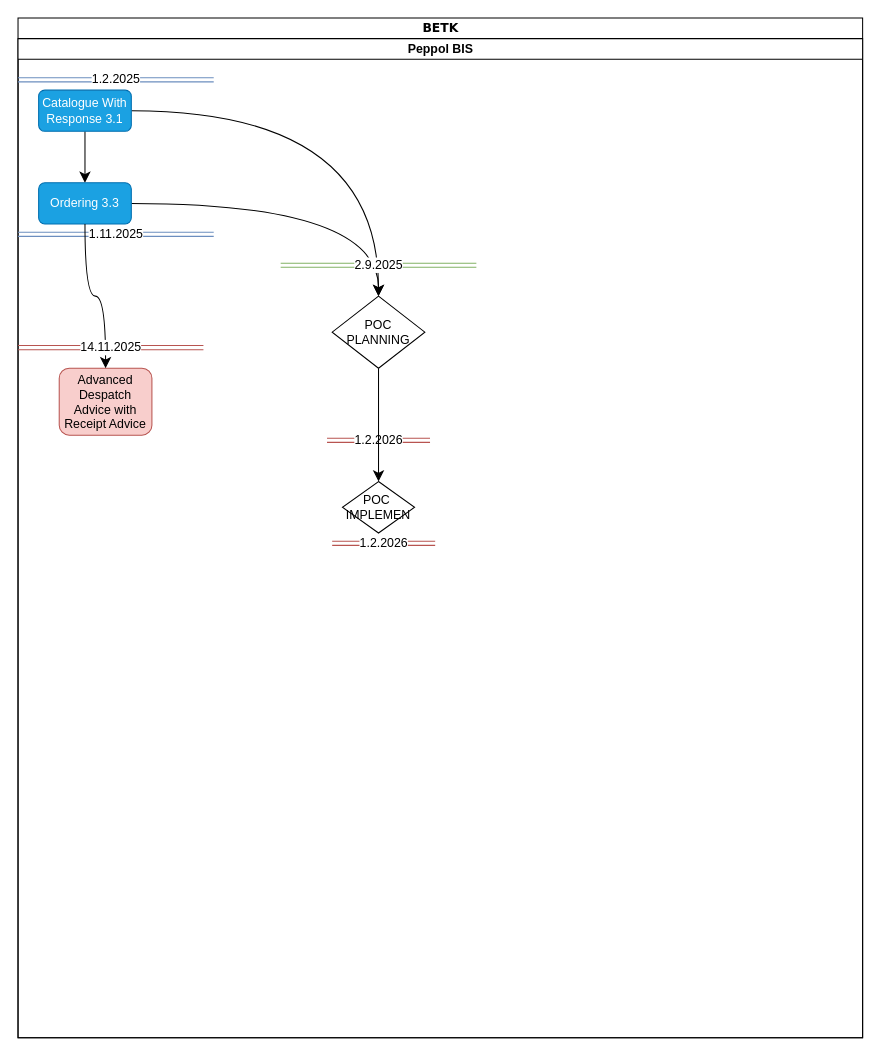
Before: roadmap_1.drawio in TeemuAlaluusua/PEPPOL-RoadMap, a draw.io diagram. Source tidied: cells renumbered, new cells numbered last; positions are measured from the earlier drawing's top-left corner, leaving out a move shared by most shapes. Both pictures are drawn from the tidied source at 103%, with x=0, y=0 at pixel (18, 18).
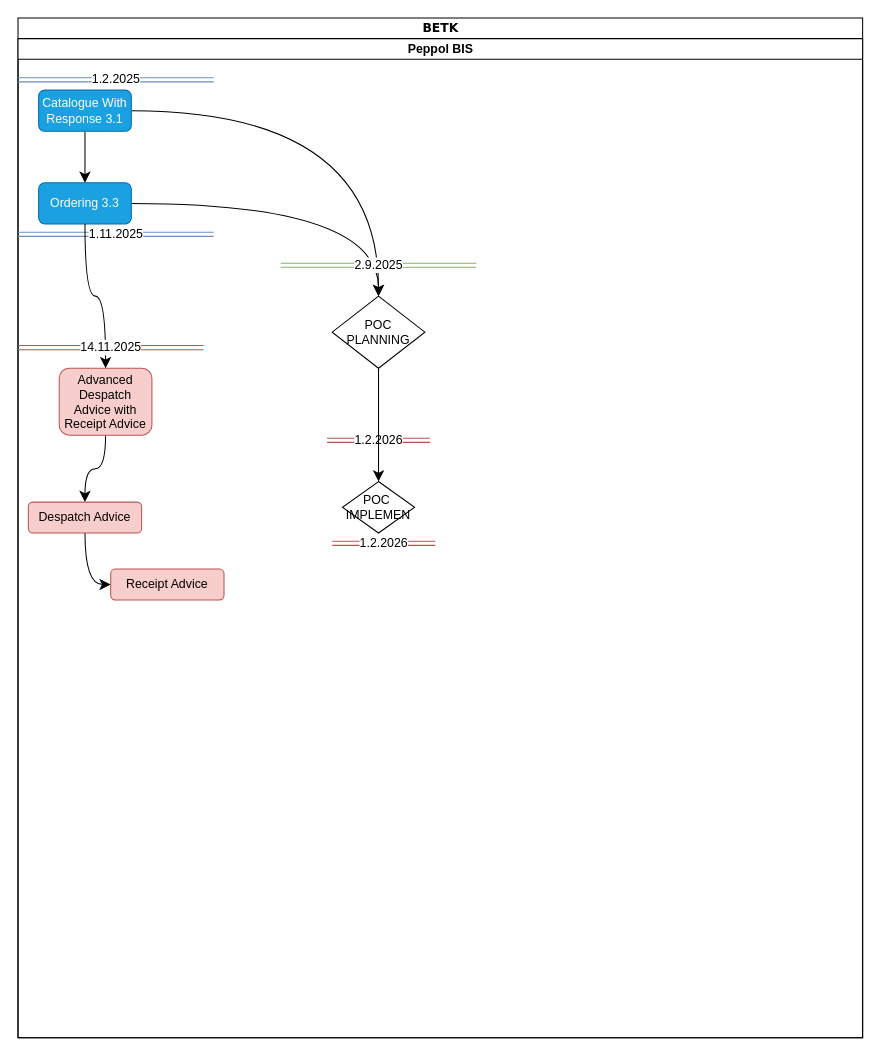
The same diagram, later.

The change refers to these unchanged cells:
```xml
<mxCell id="3" value="Peppol BIS" style="swimlane;html=1;startSize=20;" parent="2" vertex="1">
  <mxGeometry y="20" width="820" height="970" as="geometry" />
</mxCell>
<mxCell id="10" value="Advanced Despatch Advice with Receipt Advice" style="rounded=1;whiteSpace=wrap;html=1;fillColor=#f8cecc;strokeColor=#b85450;" parent="3" vertex="1">
  <mxGeometry x="40" y="320" width="90" height="65" as="geometry" />
</mxCell>
```

Diff of the diagram source:
```diff
@@
+    <mxCell id="20" style="edgeStyle=orthogonalEdgeStyle;rounded=0;jettySize=auto;html=1;fontSize=12;startSize=8;endSize=8;curved=1;" parent="3" edge="1" source="10" target="22">
+      <mxGeometry relative="1" as="geometry" />
+    </mxCell>
@@
+    <mxCell id="21" style="edgeStyle=orthogonalEdgeStyle;curved=1;rounded=0;jettySize=auto;html=1;entryX=0;entryY=0.5;entryDx=0;entryDy=0;fontSize=12;startSize=8;endSize=8;" parent="3" edge="1" source="22" target="23">
+      <mxGeometry relative="1" as="geometry" />
+    </mxCell>
+    <mxCell id="22" value="Despatch Advice" style="whiteSpace=wrap;html=1;fillColor=#f8cecc;strokeColor=#b85450;rounded=1;" parent="3" vertex="1">
+      <mxGeometry x="10" y="450" width="110" height="30" as="geometry" />
+    </mxCell>
+    <mxCell id="23" value="Receipt Advice" style="whiteSpace=wrap;html=1;fillColor=#f8cecc;strokeColor=#b85450;rounded=1;" parent="3" vertex="1">
+      <mxGeometry x="90" y="515" width="110" height="30" as="geometry" />
+    </mxCell>
```
